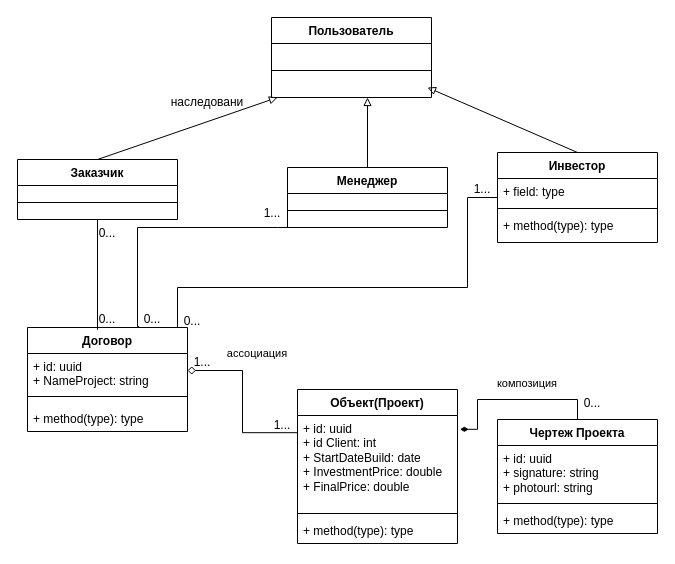
This is деятельность.drawio from daryarudz/22.09, a draw.io file, before an edit. Source tidied: cells renumbered, new cells numbered last; positions are measured from the earlier drawing's top-left corner, leaving out a move shared by most shapes. Both pictures are drawn from the tidied source at 100%, with x=0, y=0 at pixel (17, 17).
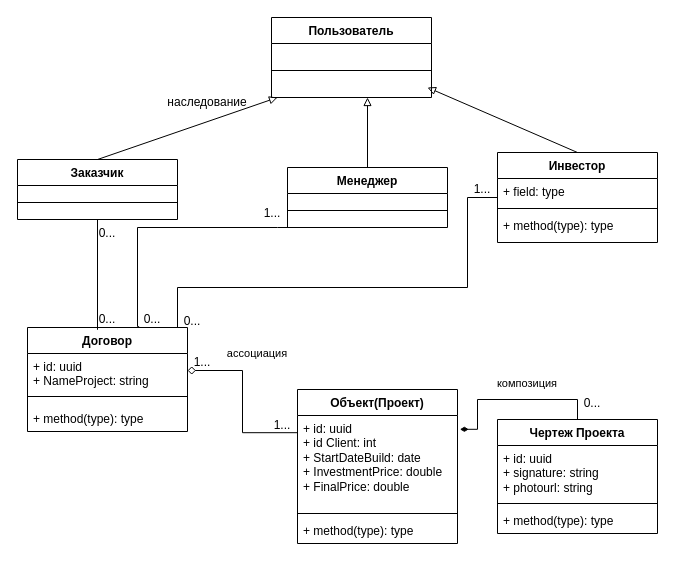
Above is the later version.

What changed in the source:
```diff
@@
-    <mxCell id="41" value="наследовани" style="text;strokeColor=none;align=center;fillColor=none;html=1;verticalAlign=middle;whiteSpace=wrap;rounded=0;" parent="1" vertex="1">
+    <mxCell id="41" value="наследование" style="text;strokeColor=none;align=center;fillColor=none;html=1;verticalAlign=middle;whiteSpace=wrap;rounded=0;" parent="1" vertex="1">
       <mxGeometry x="160" y="70" width="60" height="30" as="geometry" />
     </mxCell>
```
